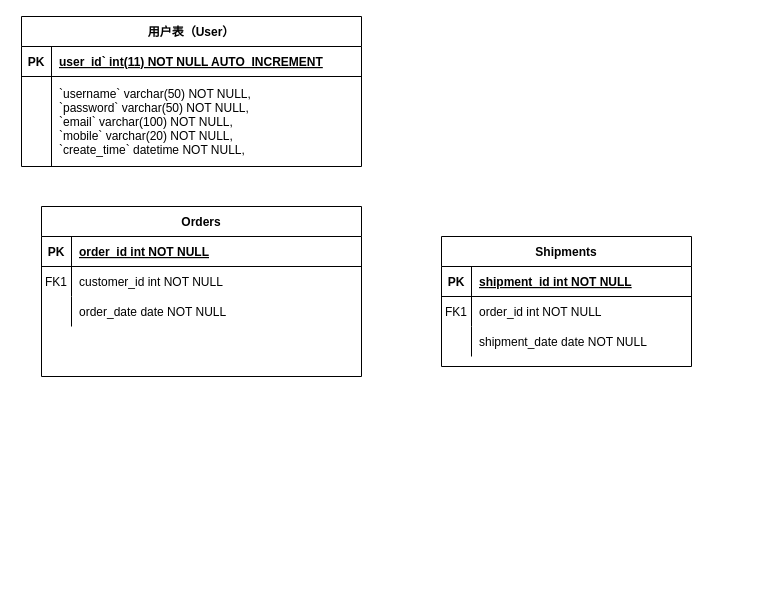
This is xiaomi.drawio from Lsscr/news_admin_manager, a draw.io file, before an edit. Source tidied: cells renumbered, new cells numbered last; positions are measured from the earlier drawing's top-left corner, leaving out a move shared by most shapes. Both pictures are drawn from the tidied source at 100%, with x=0, y=0 at pixel (21, 16).
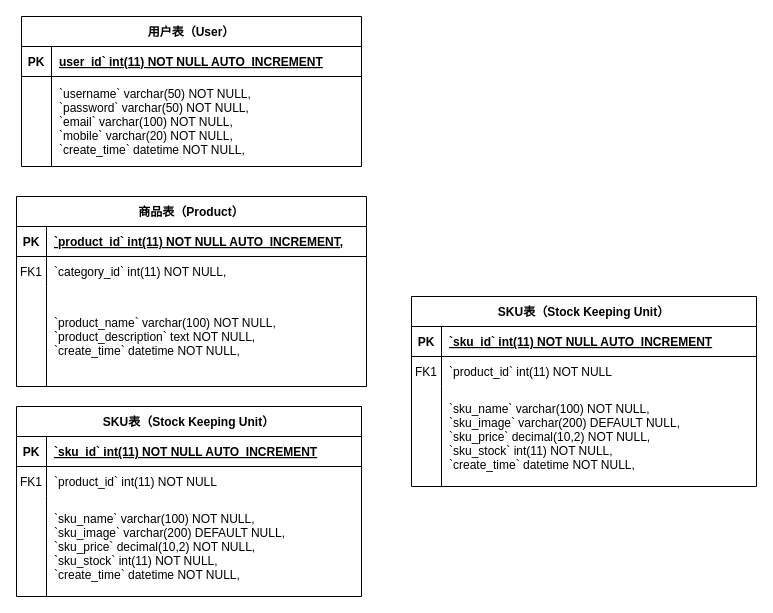
The same page after the edit.

What changed in the source:
```diff
@@
-    <mxCell id="2" value="Orders" style="shape=table;startSize=30;childLayout=tableLayout;rowLines=0;fontStyle=1;align=center;" parent="1" vertex="1">
-      <mxGeometry x="20" y="190" width="320" height="170" as="geometry" />
+    <mxCell id="2" value="商品表（Product）" style="shape=table;startSize=30;childLayout=tableLayout;rowLines=0;fontStyle=1;align=center;" parent="1" vertex="1">
+      <mxGeometry x="-5" y="180" width="350" height="190" as="geometry" />
     </mxCell>
     <mxCell id="3" style="shape=partialRectangle;fillColor=none;top=0;left=0;right=0;bottom=1;" parent="2" vertex="1">
-      <mxGeometry y="30" width="320" height="30" as="geometry" />
+      <mxGeometry y="30" width="350" height="30" as="geometry" />
     </mxCell>
@@
-    <mxCell id="5" value="order_id int NOT NULL " style="shape=partialRectangle;overflow=hidden;fillColor=none;top=0;left=0;bottom=0;right=0;align=left;spacingLeft=6;fontStyle=5;" parent="3" vertex="1">
-      <mxGeometry x="30" width="290" height="30" as="geometry" />
+    <mxCell id="5" value=" `product_id` int(11) NOT NULL AUTO_INCREMENT," style="shape=partialRectangle;overflow=hidden;fillColor=none;top=0;left=0;bottom=0;right=0;align=left;spacingLeft=6;fontStyle=5;" parent="3" vertex="1">
+      <mxGeometry x="30" width="320" height="30" as="geometry" />
     </mxCell>
     <mxCell id="6" style="shape=partialRectangle;fillColor=none;top=0;left=0;right=0;bottom=0;" parent="2" vertex="1">
-      <mxGeometry y="60" width="320" height="30" as="geometry" />
+      <mxGeometry y="60" width="350" height="30" as="geometry" />
     </mxCell>
@@
-    <mxCell id="8" value="customer_id int NOT NULL" style="shape=partialRectangle;overflow=hidden;fillColor=none;top=0;left=0;bottom=0;right=0;align=left;spacingLeft=6;" parent="6" vertex="1">
-      <mxGeometry x="30" width="290" height="30" as="geometry" />
+    <mxCell id="8" value="`category_id` int(11) NOT NULL," style="shape=partialRectangle;overflow=hidden;fillColor=none;top=0;left=0;bottom=0;right=0;align=left;spacingLeft=6;" parent="6" vertex="1">
+      <mxGeometry x="30" width="320" height="30" as="geometry" />
     </mxCell>
     <mxCell id="9" style="shape=partialRectangle;fillColor=none;top=0;left=0;right=0;bottom=0;" parent="2" vertex="1">
-      <mxGeometry y="90" width="320" height="30" as="geometry" />
+      <mxGeometry y="90" width="350" height="100" as="geometry" />
     </mxCell>
     <mxCell id="10" style="shape=partialRectangle;overflow=hidden;fillColor=none;top=0;left=0;bottom=0;right=0;" parent="9" vertex="1">
-      <mxGeometry width="30" height="30" as="geometry" />
+      <mxGeometry width="30" height="100" as="geometry" />
     </mxCell>
-    <mxCell id="11" value="order_date date NOT NULL" style="shape=partialRectangle;overflow=hidden;fillColor=none;top=0;left=0;bottom=0;right=0;align=left;spacingLeft=6;" parent="9" vertex="1">
-      <mxGeometry x="30" width="290" height="30" as="geometry" />
+    <mxCell id="11" value="`product_name` varchar(100) NOT NULL,&#10;  `product_description` text NOT NULL,&#10;`create_time` datetime NOT NULL," style="shape=partialRectangle;overflow=hidden;fillColor=none;top=0;left=0;bottom=0;right=0;align=left;spacingLeft=6;" parent="9" vertex="1">
+      <mxGeometry x="30" width="320" height="100" as="geometry" />
     </mxCell>
-    <mxCell id="12" value="Shipments" style="shape=table;startSize=30;childLayout=tableLayout;rowLines=0;fontStyle=1;align=center;" parent="1" vertex="1">
-      <mxGeometry x="420" y="220" width="250" height="130" as="geometry" />
+    <mxCell id="12" value="SKU表（Stock Keeping Unit）" style="shape=table;startSize=30;childLayout=tableLayout;rowLines=0;fontStyle=1;align=center;" parent="1" vertex="1">
+      <mxGeometry x="-5" y="390" width="345" height="190" as="geometry" />
     </mxCell>
     <mxCell id="13" style="shape=partialRectangle;fillColor=none;top=0;left=0;right=0;bottom=1;" parent="12" vertex="1">
-      <mxGeometry y="30" width="250" height="30" as="geometry" />
+      <mxGeometry y="30" width="345" height="30" as="geometry" />
     </mxCell>
@@
-    <mxCell id="15" value="shipment_id int NOT NULL " style="shape=partialRectangle;overflow=hidden;fillColor=none;top=0;left=0;bottom=0;right=0;align=left;spacingLeft=6;fontStyle=5;" parent="13" vertex="1">
-      <mxGeometry x="30" width="220" height="30" as="geometry" />
+    <mxCell id="15" value="`sku_id` int(11) NOT NULL AUTO_INCREMENT" style="shape=partialRectangle;overflow=hidden;fillColor=none;top=0;left=0;bottom=0;right=0;align=left;spacingLeft=6;fontStyle=5;" parent="13" vertex="1">
+      <mxGeometry x="30" width="315" height="30" as="geometry" />
     </mxCell>
     <mxCell id="16" style="shape=partialRectangle;fillColor=none;top=0;left=0;right=0;bottom=0;" parent="12" vertex="1">
-      <mxGeometry y="60" width="250" height="30" as="geometry" />
+      <mxGeometry y="60" width="345" height="30" as="geometry" />
     </mxCell>
@@
-    <mxCell id="18" value="order_id int NOT NULL" style="shape=partialRectangle;overflow=hidden;fillColor=none;top=0;left=0;bottom=0;right=0;align=left;spacingLeft=6;" parent="16" vertex="1">
-      <mxGeometry x="30" width="220" height="30" as="geometry" />
+    <mxCell id="18" value="`product_id` int(11) NOT NULL" style="shape=partialRectangle;overflow=hidden;fillColor=none;top=0;left=0;bottom=0;right=0;align=left;spacingLeft=6;" parent="16" vertex="1">
+      <mxGeometry x="30" width="315" height="30" as="geometry" />
     </mxCell>
     <mxCell id="19" style="shape=partialRectangle;fillColor=none;top=0;left=0;right=0;bottom=0;" parent="12" vertex="1">
-      <mxGeometry y="90" width="250" height="30" as="geometry" />
+      <mxGeometry y="90" width="345" height="100" as="geometry" />
     </mxCell>
     <mxCell id="20" style="shape=partialRectangle;overflow=hidden;fillColor=none;top=0;left=0;bottom=0;right=0;" parent="19" vertex="1">
-      <mxGeometry width="30" height="30" as="geometry" />
+      <mxGeometry width="30" height="100" as="geometry" />
     </mxCell>
-    <mxCell id="21" value="shipment_date date NOT NULL" style="shape=partialRectangle;overflow=hidden;fillColor=none;top=0;left=0;bottom=0;right=0;align=left;spacingLeft=6;" parent="19" vertex="1">
-      <mxGeometry x="30" width="220" height="30" as="geometry" />
+    <mxCell id="21" value="`sku_name` varchar(100) NOT NULL,&#10;  `sku_image` varchar(200) DEFAULT NULL,&#10;  `sku_price` decimal(10,2) NOT NULL,&#10;  `sku_stock` int(11) NOT NULL,&#10;  `create_time` datetime NOT NULL," style="shape=partialRectangle;overflow=hidden;fillColor=none;top=0;left=0;bottom=0;right=0;align=left;spacingLeft=6;" parent="19" vertex="1">
+      <mxGeometry x="30" width="315" height="100" as="geometry" />
     </mxCell>
@@
+    <mxCell id="29" value="SKU表（Stock Keeping Unit）" style="shape=table;startSize=30;childLayout=tableLayout;rowLines=0;fontStyle=1;align=center;" parent="1" vertex="1">
+      <mxGeometry x="390" y="280" width="345" height="190" as="geometry" />
+    </mxCell>
+    <mxCell id="30" style="shape=partialRectangle;fillColor=none;top=0;left=0;right=0;bottom=1;" parent="29" vertex="1">
+      <mxGeometry y="30" width="345" height="30" as="geometry" />
+    </mxCell>
+    <mxCell id="31" value="PK" style="shape=partialRectangle;overflow=hidden;fillColor=none;top=0;left=0;bottom=0;right=0;fontStyle=1;" parent="30" vertex="1">
+      <mxGeometry width="30" height="30" as="geometry" />
+    </mxCell>
+    <mxCell id="32" value="`sku_id` int(11) NOT NULL AUTO_INCREMENT" style="shape=partialRectangle;overflow=hidden;fillColor=none;top=0;left=0;bottom=0;right=0;align=left;spacingLeft=6;fontStyle=5;" parent="30" vertex="1">
+      <mxGeometry x="30" width="315" height="30" as="geometry" />
+    </mxCell>
+    <mxCell id="33" style="shape=partialRectangle;fillColor=none;top=0;left=0;right=0;bottom=0;" parent="29" vertex="1">
+      <mxGeometry y="60" width="345" height="30" as="geometry" />
+    </mxCell>
+    <mxCell id="34" value="FK1" style="shape=partialRectangle;overflow=hidden;fillColor=none;top=0;left=0;bottom=0;right=0;" parent="33" vertex="1">
+      <mxGeometry width="30" height="30" as="geometry" />
+    </mxCell>
+    <mxCell id="35" value="`product_id` int(11) NOT NULL" style="shape=partialRectangle;overflow=hidden;fillColor=none;top=0;left=0;bottom=0;right=0;align=left;spacingLeft=6;" parent="33" vertex="1">
+      <mxGeometry x="30" width="315" height="30" as="geometry" />
+    </mxCell>
+    <mxCell id="36" style="shape=partialRectangle;fillColor=none;top=0;left=0;right=0;bottom=0;" parent="29" vertex="1">
+      <mxGeometry y="90" width="345" height="100" as="geometry" />
+    </mxCell>
+    <mxCell id="37" style="shape=partialRectangle;overflow=hidden;fillColor=none;top=0;left=0;bottom=0;right=0;" parent="36" vertex="1">
+      <mxGeometry width="30" height="100" as="geometry" />
+    </mxCell>
+    <mxCell id="38" value="`sku_name` varchar(100) NOT NULL,&#10;  `sku_image` varchar(200) DEFAULT NULL,&#10;  `sku_price` decimal(10,2) NOT NULL,&#10;  `sku_stock` int(11) NOT NULL,&#10;  `create_time` datetime NOT NULL," style="shape=partialRectangle;overflow=hidden;fillColor=none;top=0;left=0;bottom=0;right=0;align=left;spacingLeft=6;" parent="36" vertex="1">
+      <mxGeometry x="30" width="315" height="100" as="geometry" />
+    </mxCell>
```
